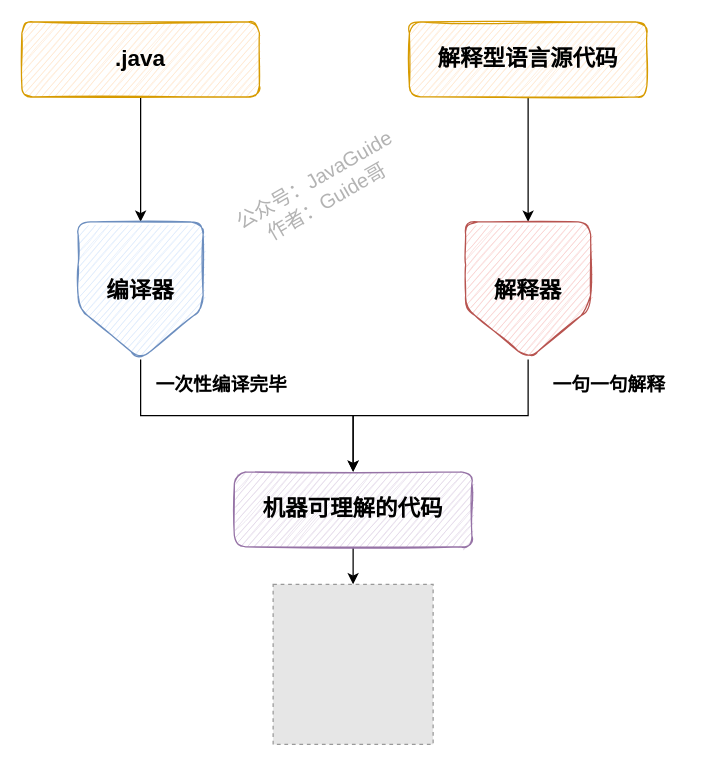
Earlier version of the draw.io diagram docs/java/basis/images/编译型语言和解释型语言.drawio (Snailclimb/JavaGuide). Source tidied: cells renumbered, new cells numbered last; positions are measured from the earlier drawing's top-left corner, leaving out a move shared by most shapes. Both pictures are drawn from the tidied source at 125%, with x=0, y=0 at pixel (21, 21). Pictures stored in the file or linked from it are replaced by grey dashed boxes.
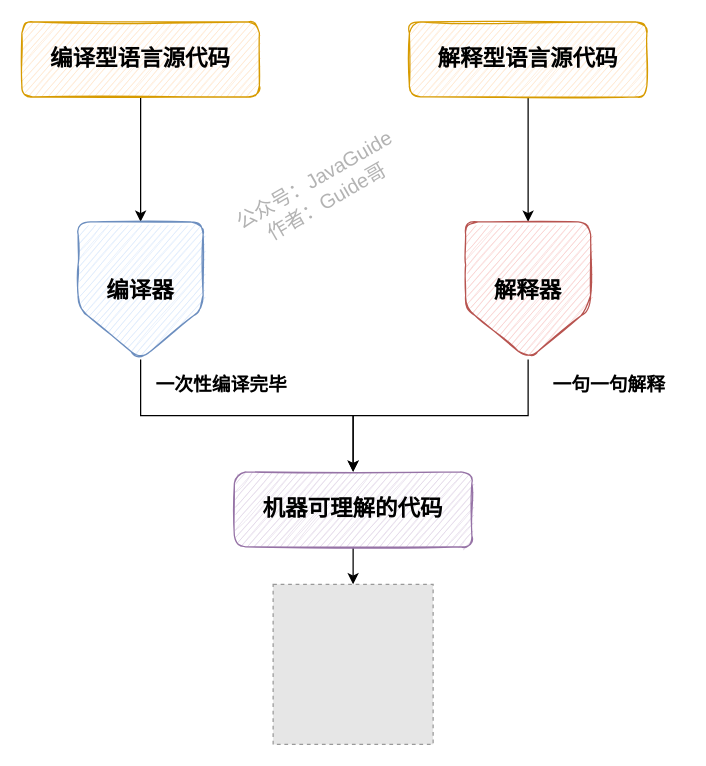
Above is the later version.

Diff of the diagram source:
```diff
@@
 <mxGraphModel>
   <root>
     <mxCell id="0" />
     <mxCell id="1" parent="0" />
     <mxCell id="2" style="edgeStyle=orthogonalEdgeStyle;rounded=0;jettySize=auto;html=1;" parent="1" edge="1" source="3" target="10">
       <mxGeometry relative="1" as="geometry" />
     </mxCell>
-    <mxCell id="3" value="&lt;span style=&quot;font-size: 18px&quot;&gt;&lt;b&gt;.java&lt;/b&gt;&lt;/span&gt;" style="rounded=1;whiteSpace=wrap;html=1;fillColor=#ffe6cc;strokeColor=#d79b00;sketch=1;" parent="1" vertex="1">
+    <mxCell id="3" value="&lt;span style=&quot;font-size: 18px&quot;&gt;&lt;b&gt;编译型语言源代码&lt;/b&gt;&lt;/span&gt;" style="rounded=1;whiteSpace=wrap;html=1;fillColor=#ffe6cc;strokeColor=#d79b00;sketch=1;" parent="1" vertex="1">
       <mxGeometry width="190" height="60" as="geometry" />
     </mxCell>
     <mxCell id="4" style="fillColor=#E6E6E6;strokeColor=#999999;dashed=1;verticalLabelPosition=bottom;labelBackgroundColor=#ffffff;verticalAlign=top;" parent="1" vertex="1">
       <mxGeometry x="201" y="450" width="128" height="128" as="geometry" />
     </mxCell>
     <mxCell id="5" style="edgeStyle=orthogonalEdgeStyle;rounded=0;jettySize=auto;html=1;exitX=0.5;exitY=1;exitDx=0;exitDy=0;" parent="1" edge="1" source="6" target="8">
       <mxGeometry relative="1" as="geometry" />
     </mxCell>
     <mxCell id="6" value="&lt;span style=&quot;font-size: 18px ; font-weight: 700&quot;&gt;解释型语言源代码&lt;/span&gt;" style="rounded=1;whiteSpace=wrap;html=1;fillColor=#ffe6cc;strokeColor=#d79b00;sketch=1;" parent="1" vertex="1">
       <mxGeometry x="310" width="190" height="60" as="geometry" />
     </mxCell>
     <mxCell id="7" style="edgeStyle=orthogonalEdgeStyle;rounded=0;jettySize=auto;html=1;" parent="1" edge="1" source="8" target="12">
       <mxGeometry relative="1" as="geometry" />
     </mxCell>
     <mxCell id="8" value="&lt;b style=&quot;font-size: 18px&quot;&gt;解释器&lt;/b&gt;" style="shape=offPageConnector;whiteSpace=wrap;html=1;rounded=1;strokeColor=#b85450;fillColor=#f8cecc;sketch=1;" parent="1" vertex="1">
       <mxGeometry x="355" y="160" width="100" height="110" as="geometry" />
     </mxCell>
     <mxCell id="9" style="edgeStyle=orthogonalEdgeStyle;rounded=0;jettySize=auto;html=1;exitX=0.5;exitY=1;exitDx=0;exitDy=0;" parent="1" edge="1" source="10" target="12">
       <mxGeometry relative="1" as="geometry" />
     </mxCell>
     <mxCell id="10" value="&lt;span style=&quot;font-size: 18px&quot;&gt;&lt;b&gt;编译器&lt;/b&gt;&lt;/span&gt;" style="shape=offPageConnector;whiteSpace=wrap;html=1;rounded=1;strokeColor=#6c8ebf;fillColor=#dae8fc;sketch=1;" parent="1" vertex="1">
       <mxGeometry x="45" y="160" width="100" height="110" as="geometry" />
     </mxCell>
     <mxCell id="11" style="edgeStyle=orthogonalEdgeStyle;rounded=0;jettySize=auto;html=1;fontSize=15;" parent="1" edge="1" source="12" target="4">
       <mxGeometry relative="1" as="geometry" />
     </mxCell>
     <mxCell id="12" value="&lt;span style=&quot;font-size: 18px&quot;&gt;&lt;b&gt;机器可理解的代码&lt;/b&gt;&lt;/span&gt;" style="rounded=1;whiteSpace=wrap;html=1;fillColor=#e1d5e7;strokeColor=#9673a6;sketch=1;" parent="1" vertex="1">
       <mxGeometry x="170" y="360" width="190" height="60" as="geometry" />
     </mxCell>
     <mxCell id="13" value="一句一句解释" style="text;html=1;strokeColor=none;fillColor=none;align=center;verticalAlign=middle;whiteSpace=wrap;rounded=0;fontStyle=1;fontSize=15;" parent="1" vertex="1">
       <mxGeometry x="410" y="280" width="120" height="20" as="geometry" />
     </mxCell>
     <mxCell id="14" value="一次性编译完毕" style="text;html=1;strokeColor=none;fillColor=none;align=center;verticalAlign=middle;whiteSpace=wrap;rounded=0;fontStyle=1;fontSize=15;" parent="1" vertex="1">
       <mxGeometry x="100" y="280" width="120" height="20" as="geometry" />
     </mxCell>
     <mxCell id="15" value="公众号：JavaGuide&lt;br style=&quot;font-size: 16px;&quot;&gt;作者：Guide哥" style="text;html=1;strokeColor=none;fillColor=none;align=center;verticalAlign=middle;whiteSpace=wrap;rounded=0;labelBackgroundColor=none;fontSize=16;fontColor=#B3B3B3;rotation=-30;sketch=1;" parent="1" vertex="1">
       <mxGeometry x="149" y="130" width="180" height="10" as="geometry" />
     </mxCell>
   </root>
 </mxGraphModel>
```
